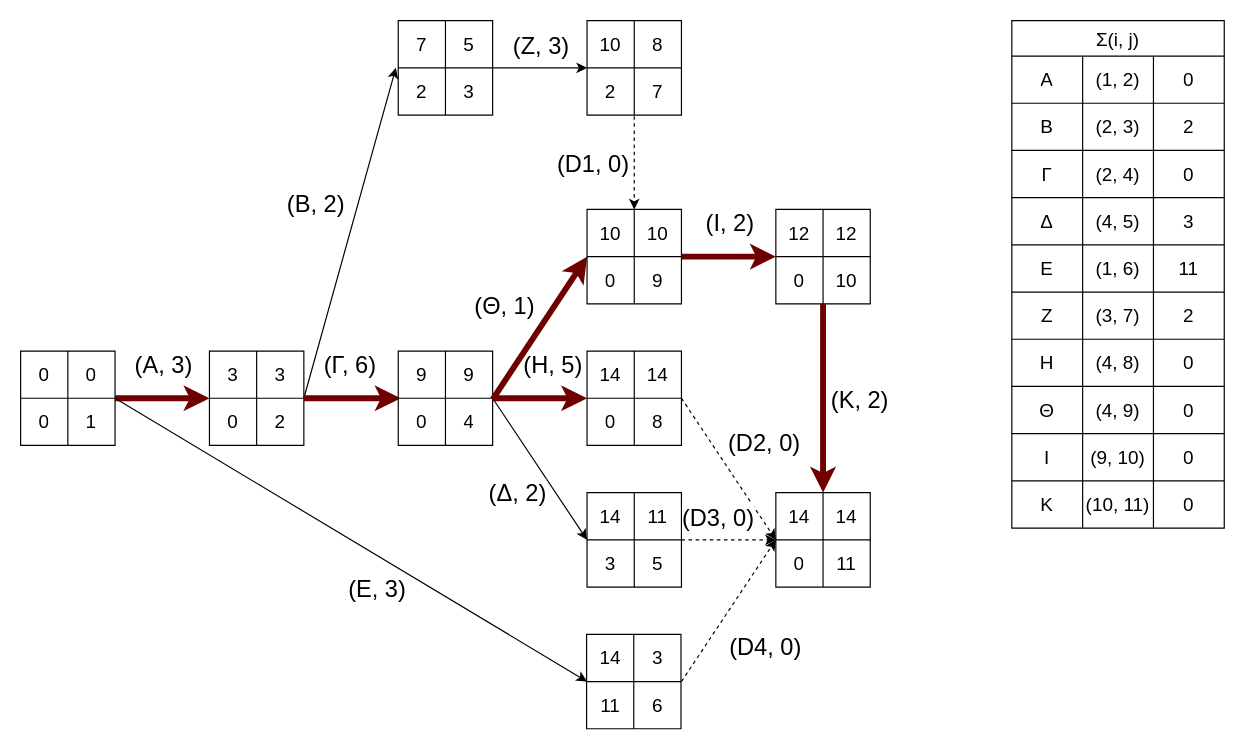
The draw.io diagram Business Research and Intelligence Projects/project 2/BI - task 4.drawio in asimakiskydros/University-Projects, before the edit. Source tidied: cells renumbered, new cells numbered last; positions are measured from the earlier drawing's top-left corner, leaving out a move shared by most shapes. Both pictures are drawn from the tidied source at 118%, with x=0, y=0 at pixel (20, 20).
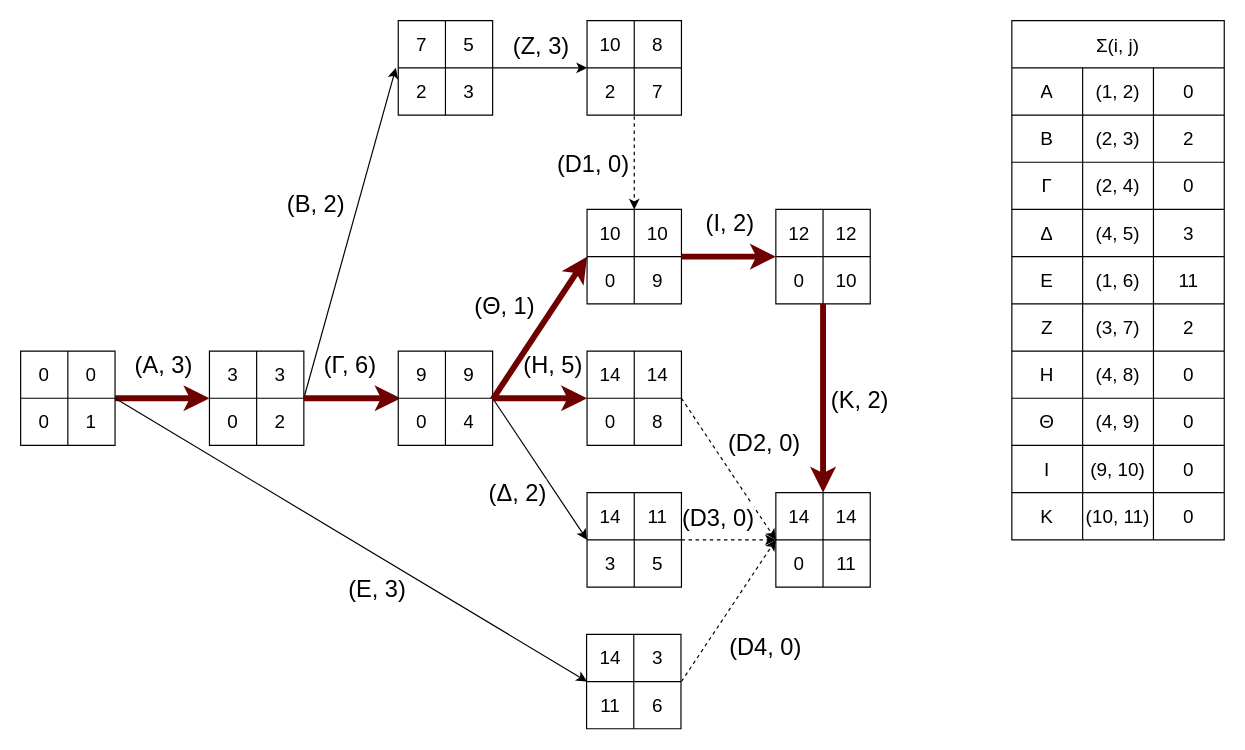
After the change.

The edit, as a diff of the source:
```diff
@@
-    <mxCell id="107" value="Σ(i, j)" style="shape=table;startSize=30;childLayout=tableLayout;strokeColor=default;fontSize=16;labelBackgroundColor=none;fillColor=default;" parent="1" vertex="1">
-      <mxGeometry x="840" width="180" height="430" as="geometry" />
+    <mxCell id="107" value="Σ(i, j)" style="shape=table;startSize=40;childLayout=tableLayout;strokeColor=default;fontSize=16;labelBackgroundColor=none;fillColor=default;" parent="1" vertex="1">
+      <mxGeometry x="840" width="180" height="440" as="geometry" />
     </mxCell>
     <mxCell id="108" style="shape=tableRow;horizontal=0;startSize=0;swimlaneHead=0;swimlaneBody=0;strokeColor=inherit;top=0;left=0;bottom=0;right=0;fillColor=none;fontSize=16;labelBackgroundColor=none;" parent="107" vertex="1">
-      <mxGeometry y="30" width="180" height="40" as="geometry" />
+      <mxGeometry y="40" width="180" height="40" as="geometry" />
     </mxCell>
@@
     <mxCell id="112" style="shape=tableRow;horizontal=0;startSize=0;swimlaneHead=0;swimlaneBody=0;strokeColor=inherit;top=0;left=0;bottom=0;right=0;fillColor=none;fontSize=16;labelBackgroundColor=none;" parent="107" vertex="1">
-      <mxGeometry y="70" width="180" height="40" as="geometry" />
+      <mxGeometry y="80" width="180" height="40" as="geometry" />
     </mxCell>
@@
     <mxCell id="116" style="shape=tableRow;horizontal=0;startSize=0;swimlaneHead=0;swimlaneBody=0;strokeColor=inherit;top=0;left=0;bottom=0;right=0;fillColor=none;fontSize=16;labelBackgroundColor=none;" parent="107" vertex="1">
-      <mxGeometry y="110" width="180" height="40" as="geometry" />
+      <mxGeometry y="120" width="180" height="40" as="geometry" />
     </mxCell>
@@
     <mxCell id="120" style="shape=tableRow;horizontal=0;startSize=0;swimlaneHead=0;swimlaneBody=0;strokeColor=inherit;top=0;left=0;bottom=0;right=0;fillColor=none;fontSize=16;labelBackgroundColor=none;" parent="107" vertex="1">
-      <mxGeometry y="150" width="180" height="40" as="geometry" />
+      <mxGeometry y="160" width="180" height="40" as="geometry" />
     </mxCell>
@@
     <mxCell id="124" style="shape=tableRow;horizontal=0;startSize=0;swimlaneHead=0;swimlaneBody=0;strokeColor=inherit;top=0;left=0;bottom=0;right=0;fillColor=none;fontSize=16;labelBackgroundColor=none;" parent="107" vertex="1">
-      <mxGeometry y="190" width="180" height="40" as="geometry" />
+      <mxGeometry y="200" width="180" height="40" as="geometry" />
     </mxCell>
@@
     <mxCell id="128" style="shape=tableRow;horizontal=0;startSize=0;swimlaneHead=0;swimlaneBody=0;strokeColor=inherit;top=0;left=0;bottom=0;right=0;fillColor=none;fontSize=16;labelBackgroundColor=none;" parent="107" vertex="1">
-      <mxGeometry y="230" width="180" height="40" as="geometry" />
+      <mxGeometry y="240" width="180" height="40" as="geometry" />
     </mxCell>
@@
     <mxCell id="132" style="shape=tableRow;horizontal=0;startSize=0;swimlaneHead=0;swimlaneBody=0;strokeColor=inherit;top=0;left=0;bottom=0;right=0;fillColor=none;fontSize=16;labelBackgroundColor=none;" parent="107" vertex="1">
-      <mxGeometry y="270" width="180" height="40" as="geometry" />
+      <mxGeometry y="280" width="180" height="40" as="geometry" />
     </mxCell>
@@
     <mxCell id="136" style="shape=tableRow;horizontal=0;startSize=0;swimlaneHead=0;swimlaneBody=0;strokeColor=inherit;top=0;left=0;bottom=0;right=0;fillColor=none;fontSize=16;labelBackgroundColor=none;" parent="107" vertex="1">
-      <mxGeometry y="310" width="180" height="40" as="geometry" />
+      <mxGeometry y="320" width="180" height="40" as="geometry" />
     </mxCell>
@@
     <mxCell id="140" style="shape=tableRow;horizontal=0;startSize=0;swimlaneHead=0;swimlaneBody=0;strokeColor=inherit;top=0;left=0;bottom=0;right=0;fillColor=none;fontSize=16;labelBackgroundColor=none;" parent="107" vertex="1">
-      <mxGeometry y="350" width="180" height="40" as="geometry" />
+      <mxGeometry y="360" width="180" height="40" as="geometry" />
     </mxCell>
@@
     <mxCell id="144" style="shape=tableRow;horizontal=0;startSize=0;swimlaneHead=0;swimlaneBody=0;strokeColor=inherit;top=0;left=0;bottom=0;right=0;fillColor=none;fontSize=16;labelBackgroundColor=none;" parent="107" vertex="1">
-      <mxGeometry y="390" width="180" height="40" as="geometry" />
+      <mxGeometry y="400" width="180" height="40" as="geometry" />
     </mxCell>
```
